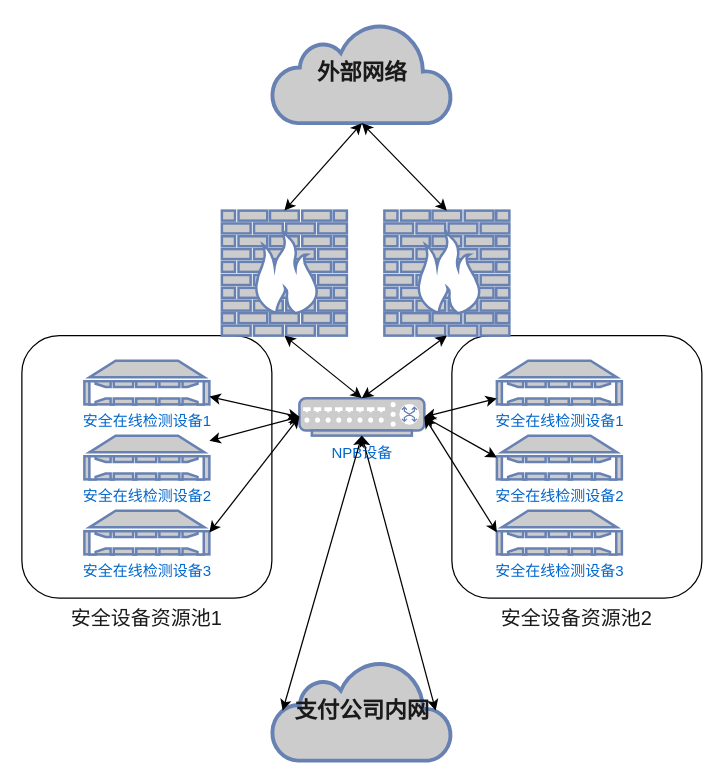
Above: npb.drawio in razor/1102_decoration (draw.io), before the change. Source tidied: cells renumbered, new cells numbered last; positions are measured from the earlier drawing's top-left corner, leaving out a move shared by most shapes. Both pictures are drawn from the tidied source at 125%, with x=0, y=0 at pixel (21, 22).
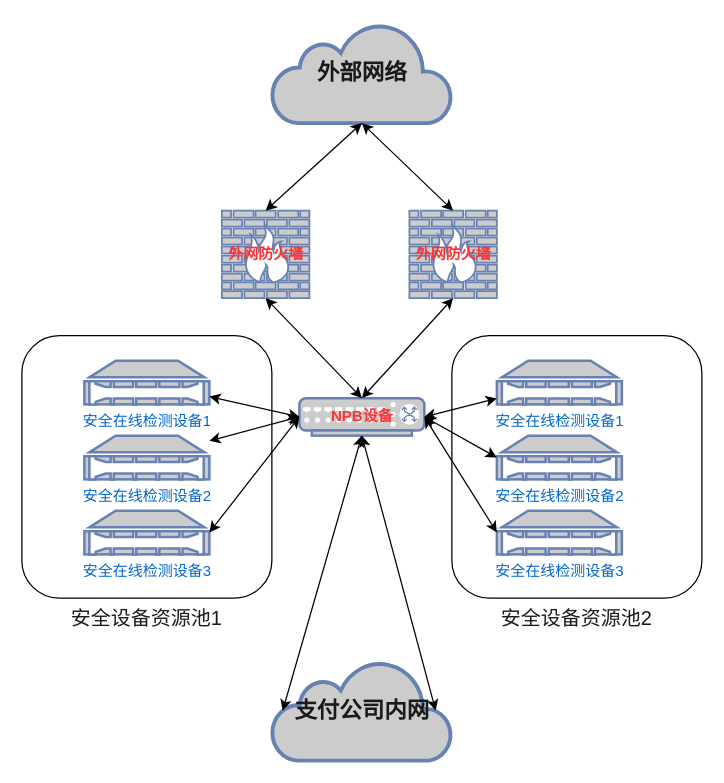
The same page after the edit.

What changed in the source:
```diff
@@
-    <mxCell id="5" style="fontColor=#0066CC;verticalAlign=top;verticalLabelPosition=bottom;labelPosition=center;align=center;html=1;outlineConnect=0;fillColor=#CCCCCC;strokeColor=#6881B3;gradientColor=none;gradientDirection=north;strokeWidth=2;shape=mxgraph.networks.firewall;" parent="1" vertex="1">
-      <mxGeometry x="160" y="150" width="100" height="100" as="geometry" />
+    <mxCell id="5" value="外网防火墙" style="fontColor=#FF3333;verticalAlign=middle;verticalLabelPosition=middle;labelPosition=center;align=center;html=1;outlineConnect=0;fillColor=#CCCCCC;strokeColor=#6881B3;gradientColor=none;gradientDirection=north;strokeWidth=2;shape=mxgraph.networks.firewall;fontStyle=1;" parent="1" vertex="1">
+      <mxGeometry x="160" y="150" width="70" height="70" as="geometry" />
     </mxCell>
-    <mxCell id="6" style="fontColor=#0066CC;verticalAlign=top;verticalLabelPosition=bottom;labelPosition=center;align=center;html=1;outlineConnect=0;fillColor=#CCCCCC;strokeColor=#6881B3;gradientColor=none;gradientDirection=north;strokeWidth=2;shape=mxgraph.networks.firewall;" parent="1" vertex="1">
-      <mxGeometry x="290" y="150" width="100" height="100" as="geometry" />
+    <mxCell id="6" value="外网防火墙" style="fontColor=#FF3333;verticalAlign=middle;verticalLabelPosition=middle;labelPosition=center;align=center;html=1;outlineConnect=0;fillColor=#CCCCCC;strokeColor=#6881B3;gradientColor=none;gradientDirection=north;strokeWidth=2;shape=mxgraph.networks.firewall;fontStyle=1;" parent="1" vertex="1">
+      <mxGeometry x="310" y="150" width="70" height="70" as="geometry" />
     </mxCell>
@@
-    <mxCell id="8" value="NPB设备" style="fontColor=#0066CC;verticalAlign=top;verticalLabelPosition=bottom;labelPosition=center;align=center;html=1;outlineConnect=0;fillColor=#CCCCCC;strokeColor=#6881B3;gradientColor=none;gradientDirection=north;strokeWidth=2;shape=mxgraph.networks.switch;" parent="1" vertex="1">
+    <mxCell id="8" value="NPB设备" style="fontColor=#FF3333;verticalAlign=middle;verticalLabelPosition=middle;labelPosition=center;align=center;html=1;outlineConnect=0;fillColor=#CCCCCC;strokeColor=#6881B3;gradientColor=none;gradientDirection=north;strokeWidth=2;shape=mxgraph.networks.switch;fontStyle=1;" parent="1" vertex="1">
       <mxGeometry x="222" y="300" width="100" height="30" as="geometry" />
     </mxCell>
```
